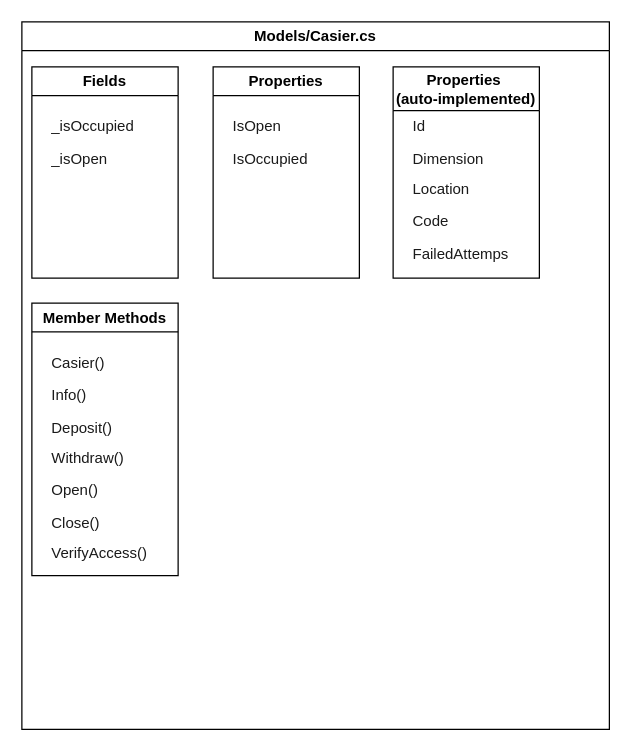
The draw.io diagram project.drawio in jdelobel5987/GestionCasiers, before the edit. Source tidied: cells renumbered, new cells numbered last; positions are measured from the earlier drawing's top-left corner, leaving out a move shared by most shapes. Both pictures are drawn from the tidied source at 125%, with x=0, y=0 at pixel (21, 21).
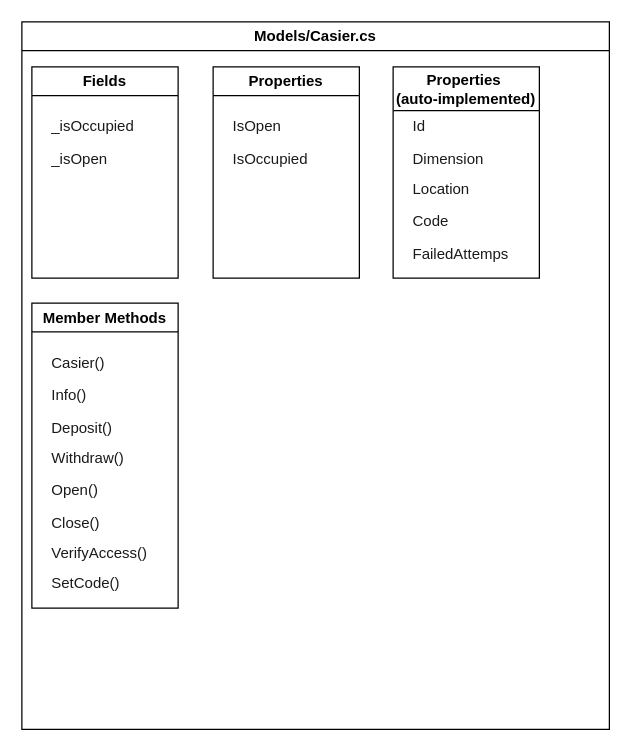
After the change.

The change refers to these unchanged cells:
```xml
<mxCell id="2" value="Models/Casier.cs" style="swimlane;whiteSpace=wrap;html=1;" parent="1" vertex="1">
  <mxGeometry width="470" height="566" as="geometry" />
</mxCell>
```

The edit, as a diff of the source:
```diff
@@
     <mxCell id="12" value="Member Methods" style="swimlane;whiteSpace=wrap;html=1;startSize=23;" parent="2" vertex="1">
-      <mxGeometry x="8" y="225" width="117" height="218" as="geometry" />
+      <mxGeometry x="8" y="225" width="117" height="244" as="geometry" />
     </mxCell>
@@
+    <mxCell id="23" value="SetCode()" style="text;html=1;align=left;verticalAlign=middle;strokeColor=none;fillColor=none;fontColor=light-dark(#1A1A1A,#EDEDED);labelPosition=center;verticalLabelPosition=middle;" parent="12" vertex="1">
+      <mxGeometry x="14" y="211" width="73" height="26" as="geometry" />
+    </mxCell>
```
